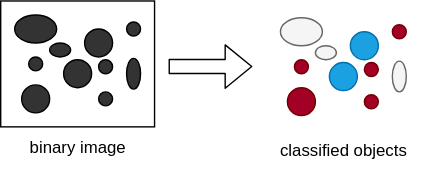
The draw.io diagram docs/commands/images/classifier.drawio.svg in joda01/imagec-doc, before a commit. Source tidied: cells renumbered, new cells last; positions are measured from the earlier drawing's top-left corner, leaving out a move shared by most shapes.
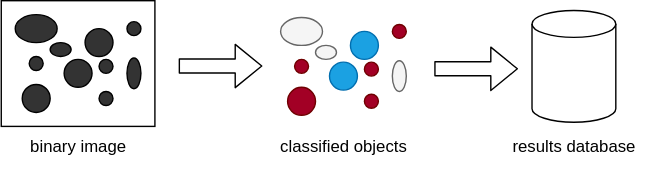
Above is the later version.

Commit message:
chore: Described AI classifier

What changed in the source:
```diff
@@ -40,8 +40,8 @@
     </mxCell>
     <mxCell id="14" style="shape=flexArrow;endArrow=classic;html=1;" parent="1" edge="1">
       <mxGeometry relative="1" as="geometry">
-        <mxPoint x="120" y="46.9" as="sourcePoint" />
-        <mxPoint x="180" y="46.9" as="targetPoint" />
+        <mxPoint x="127" y="46.8" as="sourcePoint" />
+        <mxPoint x="187" y="46.8" as="targetPoint" />
       </mxGeometry>
     </mxCell>
     <mxCell id="15" style="ellipse;whiteSpace=wrap;html=1;fillColor=#f5f5f5;fontColor=#333333;strokeColor=#666666;" parent="1" vertex="1">
@@ -75,7 +75,19 @@
       <mxGeometry x="280" y="17" width="10" height="10" as="geometry" />
     </mxCell>
     <mxCell id="25" value="classified objects" style="text;html=1;align=center;verticalAlign=middle;strokeColor=none;fillColor=none;" parent="1" vertex="1">
-      <mxGeometry x="190" y="92" width="110" height="30" as="geometry" />
+      <mxGeometry x="190" y="90" width="110" height="30" as="geometry" />
     </mxCell>
+    <mxCell id="26" style="shape=cylinder3;whiteSpace=wrap;html=1;boundedLbl=1;backgroundOutline=1;size=9.619047619047478;" parent="1" vertex="1">
+      <mxGeometry x="380" y="7" width="60" height="80" as="geometry" />
+    </mxCell>
+    <mxCell id="27" style="shape=flexArrow;endArrow=classic;html=1;" parent="1" edge="1">
+      <mxGeometry relative="1" as="geometry">
+        <mxPoint x="310" y="48.8" as="sourcePoint" />
+        <mxPoint x="370" y="48.8" as="targetPoint" />
+      </mxGeometry>
+    </mxCell>
+    <mxCell id="28" value="results database" style="text;html=1;align=center;verticalAlign=middle;strokeColor=none;fillColor=none;" parent="1" vertex="1">
+      <mxGeometry x="355" y="90" width="110" height="30" as="geometry" />
+    </mxCell>
   </root>
 </mxGraphModel>
```
